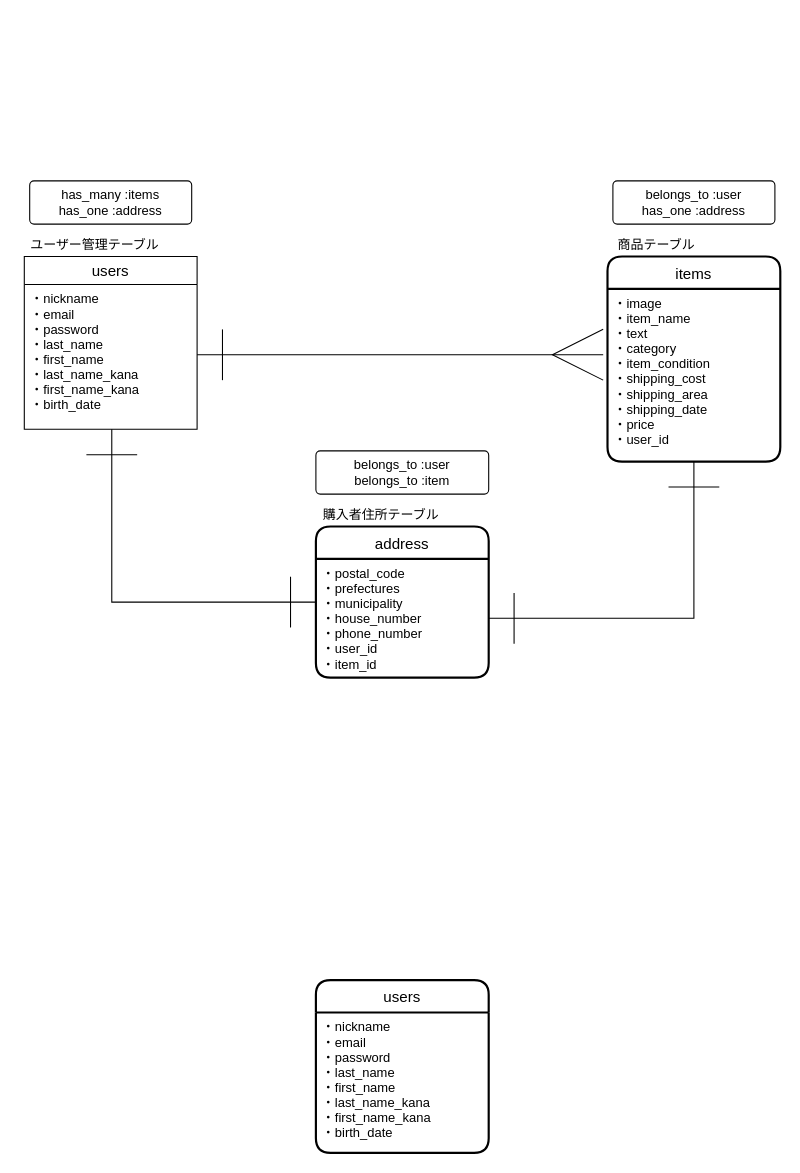
This is furima.dio from tsunbow/furima-32881, a draw.io file, before an edit. Source tidied: cells renumbered, new cells numbered last; positions are measured from the earlier drawing's top-left corner, leaving out a move shared by most shapes. Both pictures are drawn from the tidied source at 108%, with x=0, y=0 at pixel (24, 180).
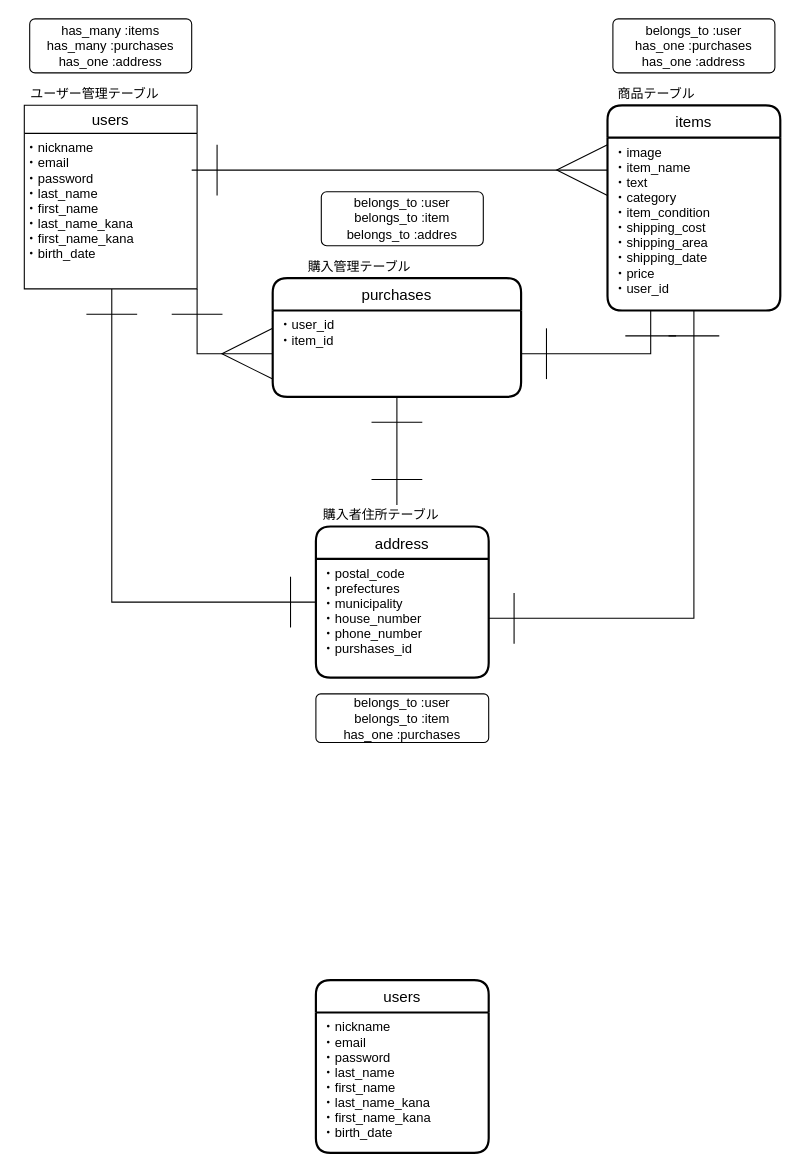
The same diagram, later.

Commit message (it also covers changes not shown here):
データベース設計修正

Unchanged cells that the change refers to:
```xml
<mxCell id="2" value="address" style="swimlane;horizontal=1;startSize=30;rounded=1;fontSize=14;fontStyle=0;strokeWidth=2;shadow=0;dashed=0;align=center;" parent="1" vertex="1">
  <mxGeometry x="270" y="320" width="160" height="140" as="geometry" />
</mxCell>
<mxCell id="5" value="・image&#10;・item_name&#10;・text&#10;・category&#10;・item_condition&#10;・shipping_cost&#10;・shipping_area&#10;・shipping_date&#10;・price&#10;・user_id" style="align=left;strokeColor=none;fillColor=none;spacingLeft=4;fontSize=12;verticalAlign=top;" parent="4" vertex="1">
  <mxGeometry y="30" width="160" height="160" as="geometry" />
</mxCell>
<mxCell id="17" value="購入者住所テーブル" style="text;html=1;align=center;verticalAlign=middle;points=[];" parent="1" vertex="1">
  <mxGeometry x="270" y="300" width="120" height="20" as="geometry" />
</mxCell>
```

Change to the diagram source:
```diff
@@
-    <mxCell id="3" value="・postal_code &#10;・prefectures &#10;・municipality &#10;・house_number &#10;・phone_number&#10;・user_id&#10;・item_id " style="align=left;strokeColor=none;fillColor=none;spacingLeft=4;fontSize=12;verticalAlign=top;" parent="2" vertex="1">
+    <mxCell id="3" value="・postal_code &#10;・prefectures &#10;・municipality &#10;・house_number &#10;・phone_number&#10;・purshases_id&#10;" style="align=left;strokeColor=none;fillColor=none;spacingLeft=4;fontSize=12;verticalAlign=top;" parent="2" vertex="1">
       <mxGeometry y="30" width="160" height="110" as="geometry" />
     </mxCell>
     <mxCell id="4" value="items" style="swimlane;horizontal=1;startSize=30;rounded=1;fontSize=14;fontStyle=0;strokeWidth=2;shadow=0;dashed=0;align=center;" parent="1" vertex="1">
-      <mxGeometry x="540" y="70" width="160" height="190" as="geometry" />
+      <mxGeometry x="540" y="-70" width="160" height="190" as="geometry" />
     </mxCell>
@@
-    <mxCell id="6" value="has_many :items&lt;br&gt;has_one :address" style="rounded=1;arcSize=10;whiteSpace=wrap;html=1;align=center;" parent="1" vertex="1">
-      <mxGeometry x="5" width="150" height="40" as="geometry" />
+    <mxCell id="6" value="has_many :items&lt;br&gt;has_many :purchases&lt;br&gt;has_one :address" style="rounded=1;arcSize=10;whiteSpace=wrap;html=1;align=center;" parent="1" vertex="1">
+      <mxGeometry x="5" y="-150" width="150" height="50" as="geometry" />
     </mxCell>
-    <mxCell id="7" value="belongs_to :user&lt;br&gt;has_one :address" style="rounded=1;arcSize=10;whiteSpace=wrap;html=1;align=center;" parent="1" vertex="1">
-      <mxGeometry x="545" width="150" height="40" as="geometry" />
+    <mxCell id="7" value="belongs_to :user&lt;br&gt;has_one :purchases&lt;br&gt;has_one :address" style="rounded=1;arcSize=10;whiteSpace=wrap;html=1;align=center;" parent="1" vertex="1">
+      <mxGeometry x="545" y="-150" width="150" height="50" as="geometry" />
     </mxCell>
-    <mxCell id="8" value="belongs_to :user&lt;br&gt;belongs_to :item" style="rounded=1;arcSize=10;whiteSpace=wrap;html=1;align=center;" parent="1" vertex="1">
-      <mxGeometry x="270" y="250" width="160" height="40" as="geometry" />
+    <mxCell id="8" value="belongs_to :user&lt;br&gt;belongs_to :item&lt;br&gt;has_one :purchases" style="rounded=1;arcSize=10;whiteSpace=wrap;html=1;align=center;" parent="1" vertex="1">
+      <mxGeometry x="270" y="475" width="160" height="45" as="geometry" />
     </mxCell>
     <mxCell id="9" style="edgeStyle=orthogonalEdgeStyle;rounded=0;jumpSize=19;jettySize=auto;html=1;startArrow=ERone;startFill=0;startSize=45;endArrow=ERone;endFill=0;endSize=45;targetPerimeterSpacing=0;" parent="1" edge="1" target="2">
       <mxGeometry relative="1" as="geometry">
-        <mxPoint x="81" y="230" as="sourcePoint" />
+        <mxPoint x="81" y="100" as="sourcePoint" />
         <Array as="points">
           <mxPoint x="81" y="390" />
         </Array>
       </mxGeometry>
     </mxCell>
@@
+    <mxCell id="19" style="edgeStyle=orthogonalEdgeStyle;rounded=0;jumpSize=19;jettySize=auto;html=1;exitX=1;exitY=1;exitDx=0;exitDy=0;entryX=0;entryY=0.5;entryDx=0;entryDy=0;startArrow=ERone;startFill=0;startSize=45;endArrow=ERmany;endFill=0;endSize=45;targetPerimeterSpacing=0;" parent="1" edge="1" source="13" target="21">
+      <mxGeometry relative="1" as="geometry">
+        <Array as="points">
+          <mxPoint x="160" y="160" />
+        </Array>
+      </mxGeometry>
+    </mxCell>
     <mxCell id="13" value="users" style="swimlane;fontStyle=0;horizontal=1;startSize=26;align=center;fontSize=14;" parent="1" vertex="1">
-      <mxGeometry y="70" width="160" height="160" as="geometry" />
+      <mxGeometry y="-70" width="160" height="170" as="geometry" />
     </mxCell>
-    <mxCell id="14" value="・nickname&#10;・email&#10;・password&#10;・last_name&#10;・first_name&#10;・last_name_kana&#10;・first_name_kana&#10;・birth_date" style="text;strokeColor=none;fillColor=none;spacingLeft=4;spacingRight=4;overflow=hidden;points=[[0,0.5],[1,0.5]];portConstraint=eastwest;fontSize=12;" parent="13" vertex="1">
-      <mxGeometry y="26" width="160" height="134" as="geometry" />
-    </mxCell>
     <mxCell id="15" value="ユーザー管理テーブル" style="text;html=1;align=center;verticalAlign=middle;" parent="1" vertex="1">
-      <mxGeometry y="50" width="130" height="20" as="geometry" />
+      <mxGeometry y="-90" width="130" height="20" as="geometry" />
     </mxCell>
     <mxCell id="16" value="商品テーブル" style="text;html=1;align=center;verticalAlign=middle;" parent="1" vertex="1">
-      <mxGeometry x="540" y="50" width="90" height="20" as="geometry" />
+      <mxGeometry x="540" y="-90" width="90" height="20" as="geometry" />
     </mxCell>
@@
-    <mxCell id="18" style="edgeStyle=orthogonalEdgeStyle;rounded=0;jumpSize=19;jettySize=auto;html=1;entryX=-0.025;entryY=0.381;entryDx=0;entryDy=0;entryPerimeter=0;startArrow=ERone;startFill=0;startSize=45;endArrow=ERmany;endFill=0;endSize=45;targetPerimeterSpacing=0;" parent="1" edge="1" source="14" target="5">
+    <mxCell id="18" style="edgeStyle=orthogonalEdgeStyle;rounded=0;jumpSize=19;jettySize=auto;html=1;startArrow=ERone;startFill=0;startSize=45;endArrow=ERmany;endFill=0;endSize=45;targetPerimeterSpacing=0;" parent="1" edge="1" source="14">
       <mxGeometry relative="1" as="geometry">
+        <mxPoint x="540" y="-10" as="targetPoint" />
         <Array as="points">
-          <mxPoint x="180" y="161" />
-          <mxPoint x="180" y="161" />
+          <mxPoint x="540" y="-10" />
         </Array>
       </mxGeometry>
     </mxCell>
+    <mxCell id="20" value="purchases" style="swimlane;horizontal=1;startSize=30;rounded=1;fontSize=14;fontStyle=0;strokeWidth=2;shadow=0;dashed=0;align=center;" parent="1" vertex="1">
+      <mxGeometry x="230" y="90" width="230" height="110" as="geometry" />
+    </mxCell>
+    <mxCell id="21" value="・user_id&#10;・item_id " style="align=left;strokeColor=none;fillColor=none;spacingLeft=4;fontSize=12;verticalAlign=top;" parent="20" vertex="1">
+      <mxGeometry y="30" width="230" height="80" as="geometry" />
+    </mxCell>
+    <mxCell id="22" value="購入管理テーブル" style="text;html=1;align=center;verticalAlign=middle;" parent="1" vertex="1">
+      <mxGeometry x="255" y="70" width="110" height="20" as="geometry" />
+    </mxCell>
+    <mxCell id="23" style="edgeStyle=orthogonalEdgeStyle;rounded=0;jumpSize=19;jettySize=auto;html=1;entryX=0.625;entryY=0;entryDx=0;entryDy=0;entryPerimeter=0;startArrow=ERone;startFill=0;startSize=45;endArrow=ERone;endFill=0;endSize=45;targetPerimeterSpacing=0;" parent="1" edge="1" source="21" target="17">
+      <mxGeometry relative="1" as="geometry" />
+    </mxCell>
+    <mxCell id="14" value="・nickname&#10;・email&#10;・password&#10;・last_name&#10;・first_name&#10;・last_name_kana&#10;・first_name_kana&#10;・birth_date" style="text;strokeColor=none;fillColor=none;spacingLeft=4;spacingRight=4;overflow=hidden;points=[[0,0.5],[1,0.5]];portConstraint=eastwest;fontSize=12;" parent="1" vertex="1">
+      <mxGeometry x="-5" y="-44" width="160" height="144" as="geometry" />
+    </mxCell>
+    <mxCell id="24" style="edgeStyle=orthogonalEdgeStyle;rounded=0;jumpSize=19;jettySize=auto;html=1;exitX=0.25;exitY=1;exitDx=0;exitDy=0;entryX=1;entryY=0.5;entryDx=0;entryDy=0;startArrow=ERone;startFill=0;startSize=45;endArrow=ERone;endFill=0;endSize=45;targetPerimeterSpacing=0;" parent="1" edge="1" source="5" target="21">
+      <mxGeometry relative="1" as="geometry">
+        <Array as="points">
+          <mxPoint x="580" y="160" />
+        </Array>
+      </mxGeometry>
+    </mxCell>
+    <mxCell id="25" value="belongs_to :user&lt;br&gt;belongs_to :item&lt;br&gt;belongs_to :addres" style="rounded=1;arcSize=10;whiteSpace=wrap;html=1;align=center;" parent="1" vertex="1">
+      <mxGeometry x="275" y="10" width="150" height="50" as="geometry" />
+    </mxCell>
```
